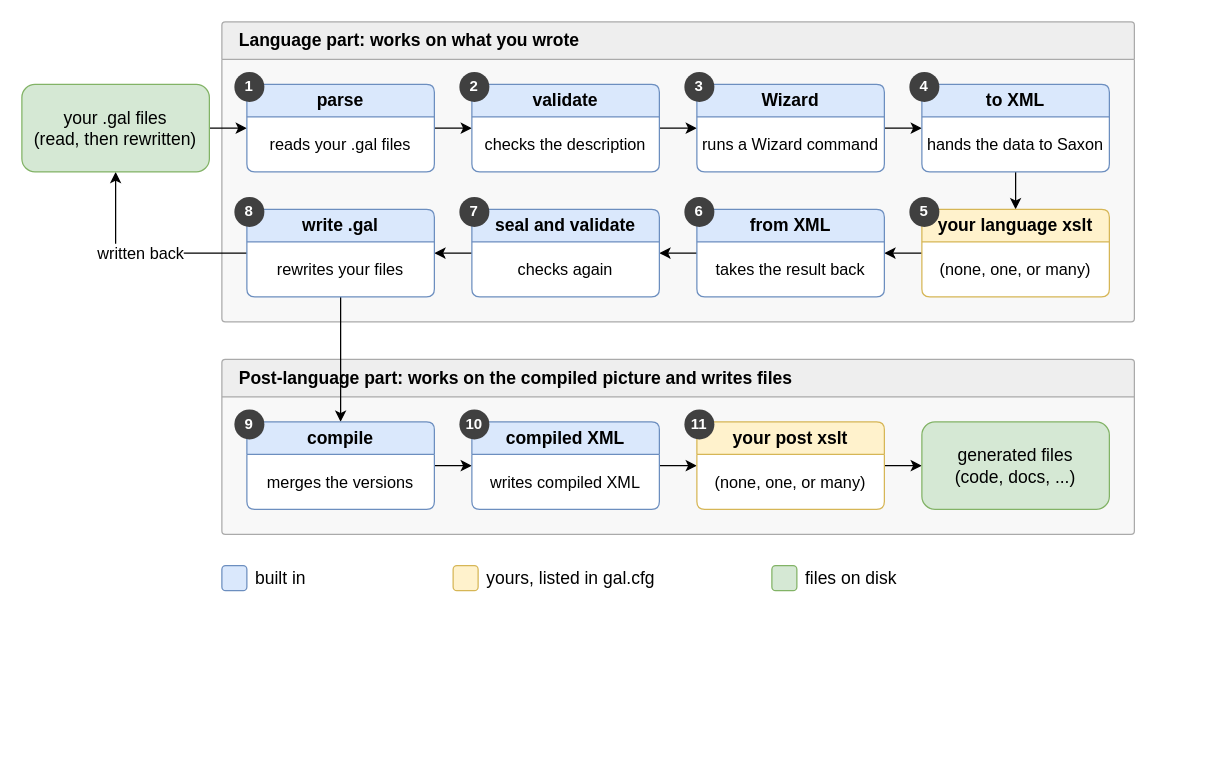
Above: drawio/03_run_pipeline.drawio in goloveshin/galimatron_doc (draw.io), before the change. Source tidied: cells renumbered, new cells numbered last; positions are measured from the earlier drawing's top-left corner, leaving out a move shared by most shapes. Both pictures are drawn from the tidied source at 125%, with x=0, y=0 at pixel (21, 21).
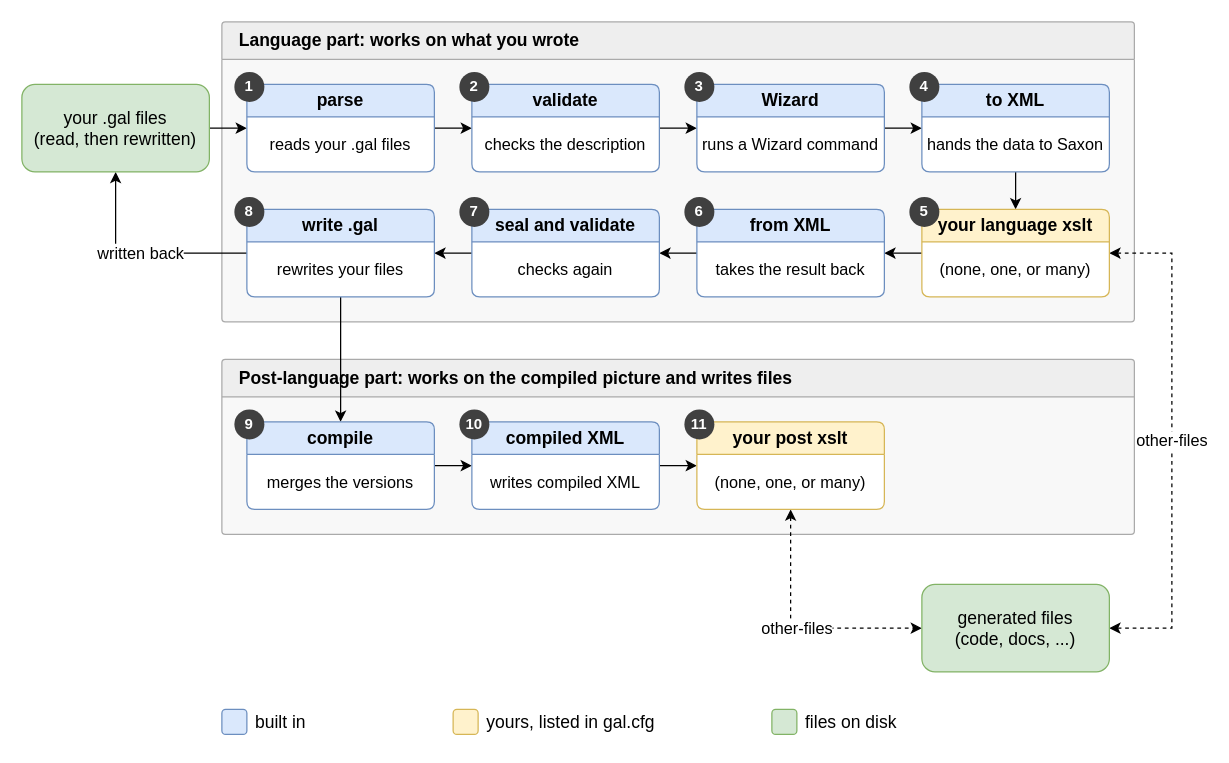
Above is the later version.

Unchanged cells that the change refers to:
```xml
<mxCell id="27" value="your language xslt" style="swimlane;whiteSpace=wrap;html=1;rounded=1;arcSize=8;startSize=26;fillColor=#fff2cc;strokeColor=#d6b656;swimlaneFillColor=#ffffff;fontStyle=1;fontSize=14;align=center;" parent="1" vertex="1">
  <mxGeometry x="720" y="150" width="150" height="70" as="geometry" />
</mxCell>
<mxCell id="39" value="your post xslt" style="swimlane;whiteSpace=wrap;html=1;rounded=1;arcSize=8;startSize=26;fillColor=#fff2cc;strokeColor=#d6b656;swimlaneFillColor=#ffffff;fontStyle=1;fontSize=14;align=center;" parent="1" vertex="1">
  <mxGeometry x="540" y="320" width="150" height="70" as="geometry" />
</mxCell>
```

Diff of the diagram source:
```diff
@@
-    <mxCell id="15" style="endArrow=classic;html=1;labelBackgroundColor=#ffffff;edgeStyle=none;" parent="1" edge="1" source="39" target="18">
+    <mxCell id="15" value="other-files" style="startArrow=classic;endArrow=classic;html=1;labelBackgroundColor=#ffffff;edgeStyle=orthogonalEdgeStyle;rounded=0;dashed=1;fontSize=13;exitX=0.5;exitY=1;exitDx=0;exitDy=0;entryX=0;entryY=0.5;entryDx=0;entryDy=0;" parent="1" edge="1" source="39" target="18">
       <mxGeometry relative="1" as="geometry" />
     </mxCell>
+    <mxCell id="58" value="other-files" style="startArrow=classic;endArrow=classic;html=1;labelBackgroundColor=#ffffff;edgeStyle=orthogonalEdgeStyle;rounded=0;dashed=1;fontSize=13;exitX=1;exitY=0.5;exitDx=0;exitDy=0;entryX=1;entryY=0.5;entryDx=0;entryDy=0;" parent="1" edge="1" source="27" target="18">
+      <mxGeometry relative="1" as="geometry">
+        <Array as="points">
+          <mxPoint x="920" y="185" />
+          <mxPoint x="920" y="485" />
+        </Array>
+      </mxGeometry>
+    </mxCell>
@@
     <mxCell id="18" value="generated files&lt;br&gt;(code, docs, ...)" style="rounded=1;whiteSpace=wrap;html=1;fillColor=#d5e8d4;strokeColor=#82b366;fontSize=14;" parent="1" vertex="1">
-      <mxGeometry x="720" y="320" width="150" height="70" as="geometry" />
+      <mxGeometry x="720" y="450" width="150" height="70" as="geometry" />
     </mxCell>
@@
     <mxCell id="52" style="rounded=1;whiteSpace=wrap;html=1;fillColor=#dae8fc;strokeColor=#6c8ebf;fontSize=14;" parent="1" vertex="1">
-      <mxGeometry x="160" y="435" width="20" height="20" as="geometry" />
+      <mxGeometry x="160" y="550" width="20" height="20" as="geometry" />
     </mxCell>
     <mxCell id="53" value="built in" style="text;html=1;whiteSpace=wrap;verticalAlign=middle;align=left;fontSize=14;" parent="1" vertex="1">
-      <mxGeometry x="185" y="430" width="150" height="30" as="geometry" />
+      <mxGeometry x="185" y="545" width="150" height="30" as="geometry" />
     </mxCell>
     <mxCell id="54" style="rounded=1;whiteSpace=wrap;html=1;fillColor=#fff2cc;strokeColor=#d6b656;fontSize=14;" parent="1" vertex="1">
-      <mxGeometry x="345" y="435" width="20" height="20" as="geometry" />
+      <mxGeometry x="345" y="550" width="20" height="20" as="geometry" />
     </mxCell>
     <mxCell id="55" value="yours, listed in gal.cfg" style="text;html=1;whiteSpace=wrap;verticalAlign=middle;align=left;fontSize=14;" parent="1" vertex="1">
-      <mxGeometry x="370" y="430" width="200" height="30" as="geometry" />
+      <mxGeometry x="370" y="545" width="200" height="30" as="geometry" />
     </mxCell>
     <mxCell id="56" style="rounded=1;whiteSpace=wrap;html=1;fillColor=#d5e8d4;strokeColor=#82b366;fontSize=14;" parent="1" vertex="1">
-      <mxGeometry x="600" y="435" width="20" height="20" as="geometry" />
+      <mxGeometry x="600" y="550" width="20" height="20" as="geometry" />
     </mxCell>
     <mxCell id="57" value="files on disk" style="text;html=1;whiteSpace=wrap;verticalAlign=middle;align=left;fontSize=14;" parent="1" vertex="1">
-      <mxGeometry x="625" y="430" width="200" height="30" as="geometry" />
+      <mxGeometry x="625" y="545" width="200" height="30" as="geometry" />
     </mxCell>
```
